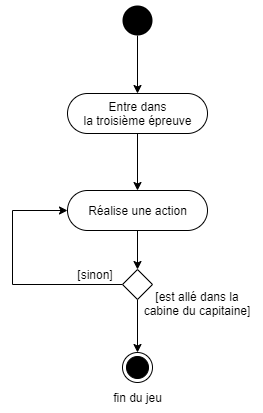
Above: docs/assets/images/diagrams/Activity-third-step.png in Bollemii/MASI-mobile-escape-game (draw.io), before the change. Source tidied: cells renumbered, new cells last; positions are measured from the earlier drawing's top-left corner, leaving out a move shared by most shapes.
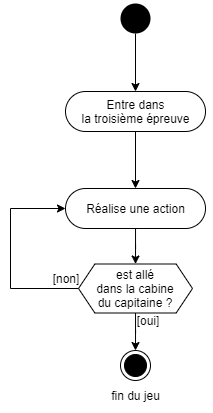
The same diagram one commit later.

Commit message:
add alternative questions in activity diagrams

What changed in the source:
```diff
@@ -14,37 +14,37 @@
     <mxCell id="5" value="Entre dans&lt;br&gt;la troisième épreuve" style="html=1;align=center;verticalAlign=middle;rounded=1;absoluteArcSize=1;arcSize=49;dashed=0;" parent="1" vertex="1">
       <mxGeometry x="55" y="88" width="140" height="40" as="geometry" />
     </mxCell>
-    <mxCell id="6" style="edgeStyle=orthogonalEdgeStyle;rounded=0;jettySize=auto;html=1;entryX=0.5;entryY=0;entryDx=0;entryDy=0;" parent="1" edge="1" source="7" target="10">
+    <mxCell id="6" style="edgeStyle=orthogonalEdgeStyle;rounded=0;jettySize=auto;html=1;" parent="1" edge="1" source="7" target="15">
       <mxGeometry relative="1" as="geometry" />
     </mxCell>
     <mxCell id="7" value="Réalise une action" style="html=1;align=center;verticalAlign=middle;rounded=1;absoluteArcSize=1;arcSize=49;dashed=0;" parent="1" vertex="1">
       <mxGeometry x="55" y="185" width="140" height="40" as="geometry" />
     </mxCell>
-    <mxCell id="8" style="edgeStyle=orthogonalEdgeStyle;rounded=0;jettySize=auto;html=1;exitX=0;exitY=0.5;exitDx=0;exitDy=0;" parent="1" edge="1" source="10" target="7">
+    <mxCell id="8" style="edgeStyle=orthogonalEdgeStyle;rounded=0;jettySize=auto;html=1;" parent="1" edge="1" source="15" target="7">
       <mxGeometry relative="1" as="geometry">
         <Array as="points">
-          <mxPoint y="279" />
+          <mxPoint y="285" />
           <mxPoint y="205" />
         </Array>
       </mxGeometry>
     </mxCell>
-    <mxCell id="9" style="edgeStyle=orthogonalEdgeStyle;rounded=0;jettySize=auto;html=1;" parent="1" edge="1" source="10" target="11">
+    <mxCell id="9" style="edgeStyle=orthogonalEdgeStyle;rounded=0;jettySize=auto;html=1;" parent="1" edge="1" source="15" target="11">
       <mxGeometry relative="1" as="geometry" />
     </mxCell>
-    <mxCell id="10" style="rhombus;" parent="1" vertex="1">
-      <mxGeometry x="110" y="264" width="30" height="30" as="geometry" />
-    </mxCell>
     <mxCell id="11" style="ellipse;html=1;shape=endState;fillColor=#000000;strokeColor=#000000;" parent="1" vertex="1">
       <mxGeometry x="110" y="347" width="30" height="30" as="geometry" />
     </mxCell>
-    <mxCell id="12" value="[est allé dans la cabine du capitaine]" style="text;html=1;strokeColor=none;fillColor=none;align=center;verticalAlign=middle;whiteSpace=wrap;rounded=0;" parent="1" vertex="1">
-      <mxGeometry x="125" y="288" width="120" height="20" as="geometry" />
+    <mxCell id="12" value="[oui]" style="text;html=1;strokeColor=none;fillColor=none;align=center;verticalAlign=middle;whiteSpace=wrap;rounded=0;" parent="1" vertex="1">
+      <mxGeometry x="123" y="307" width="30" height="20" as="geometry" />
     </mxCell>
-    <mxCell id="13" value="[sinon]" style="text;html=1;strokeColor=none;fillColor=none;align=center;verticalAlign=middle;whiteSpace=wrap;rounded=0;" parent="1" vertex="1">
-      <mxGeometry x="56" y="259" width="54" height="20" as="geometry" />
+    <mxCell id="13" value="[non]" style="text;html=1;strokeColor=none;fillColor=none;align=center;verticalAlign=middle;whiteSpace=wrap;rounded=0;" parent="1" vertex="1">
+      <mxGeometry x="29" y="265" width="54" height="20" as="geometry" />
     </mxCell>
     <mxCell id="14" value="fin du jeu" style="text;html=1;strokeColor=none;fillColor=none;align=center;verticalAlign=middle;whiteSpace=wrap;rounded=0;" parent="1" vertex="1">
       <mxGeometry x="73.8" y="382" width="102.5" height="20" as="geometry" />
     </mxCell>
+    <mxCell id="15" value="est allé&lt;br&gt;dans la cabine&lt;br&gt;du capitaine ?" style="shape=hexagon;html=1;whiteSpace=wrap;perimeter=hexagonPerimeter;rounded=0;size=0.14342103924667637;" parent="1" vertex="1">
+      <mxGeometry x="68" y="260.5" width="114" height="49" as="geometry" />
+    </mxCell>
   </root>
 </mxGraphModel>
```
